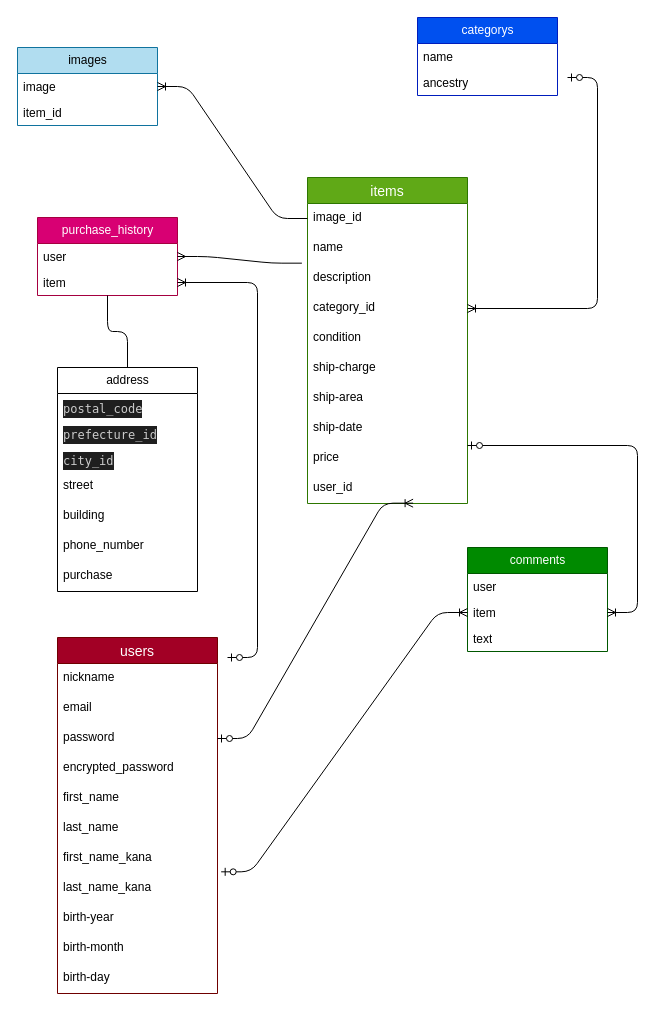
Earlier version of the draw.io diagram test.dio (yosyua0016/furima-40345). Source tidied: cells renumbered, new cells numbered last; positions are measured from the earlier drawing's top-left corner, leaving out a move shared by most shapes. Both pictures are drawn from the tidied source at 100%, with x=0, y=0 at pixel (17, 17).
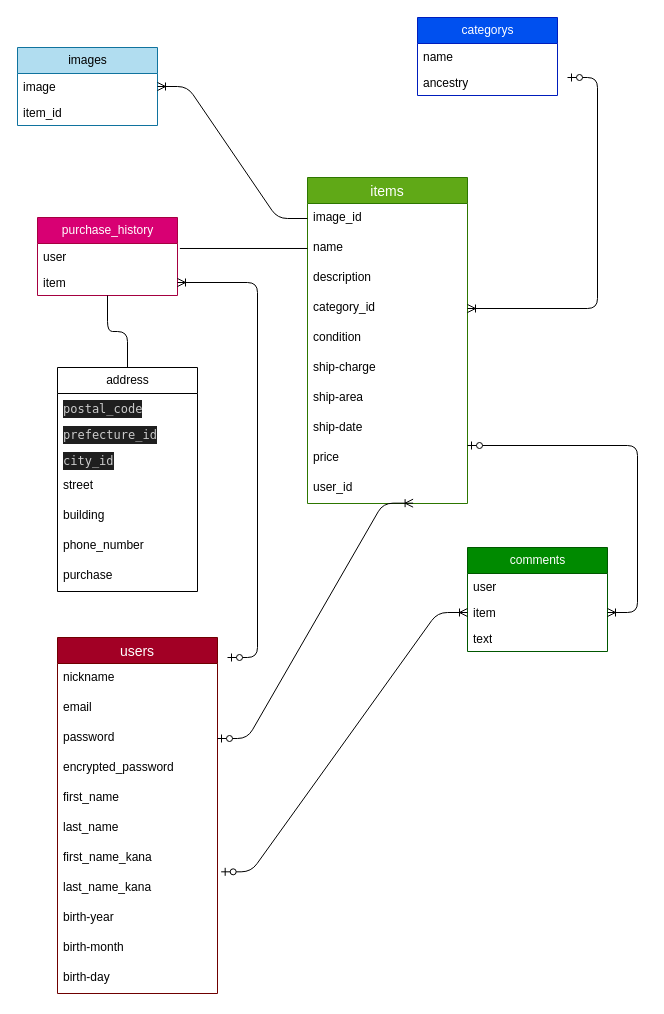
After the change.

Unchanged cells that the change refers to:
```xml
<mxCell id="14" value="user" style="text;strokeColor=none;fillColor=none;align=left;verticalAlign=top;spacingLeft=4;spacingRight=4;overflow=hidden;points=[[0,0.5],[1,0.5]];portConstraint=eastwest;whiteSpace=wrap;html=1;" parent="13" vertex="1">
  <mxGeometry y="26" width="140" height="26" as="geometry" />
</mxCell>
<mxCell id="18" value="name" style="text;strokeColor=none;fillColor=none;spacingLeft=4;spacingRight=4;overflow=hidden;points=[[0,0.5],[1,0.5]];portConstraint=eastwest;fontSize=12;" parent="16" vertex="1">
  <mxGeometry y="56" width="160" height="30" as="geometry" />
</mxCell>
<mxCell id="19" value="description" style="text;strokeColor=none;fillColor=none;spacingLeft=4;spacingRight=4;overflow=hidden;points=[[0,0.5],[1,0.5]];portConstraint=eastwest;fontSize=12;" parent="16" vertex="1">
  <mxGeometry y="86" width="160" height="30" as="geometry" />
</mxCell>
```

The edit, as a diff of the source:
```diff
@@
-    <mxCell id="54" style="edgeStyle=entityRelationEdgeStyle;fontSize=12;html=1;endArrow=ERmany;entryX=1;entryY=0.5;entryDx=0;entryDy=0;exitX=-0.035;exitY=-0.011;exitDx=0;exitDy=0;exitPerimeter=0;" parent="1" edge="1" source="19" target="14">
-      <mxGeometry relative="1" as="geometry" />
-    </mxCell>
+    <mxCell id="55" style="edgeStyle=orthogonalEdgeStyle;html=1;entryX=1.017;entryY=0.192;entryDx=0;entryDy=0;entryPerimeter=0;endArrow=none;endFill=0;" parent="1" edge="1" source="18" target="14">
+      <mxGeometry relative="1" as="geometry" />
+    </mxCell>
```
